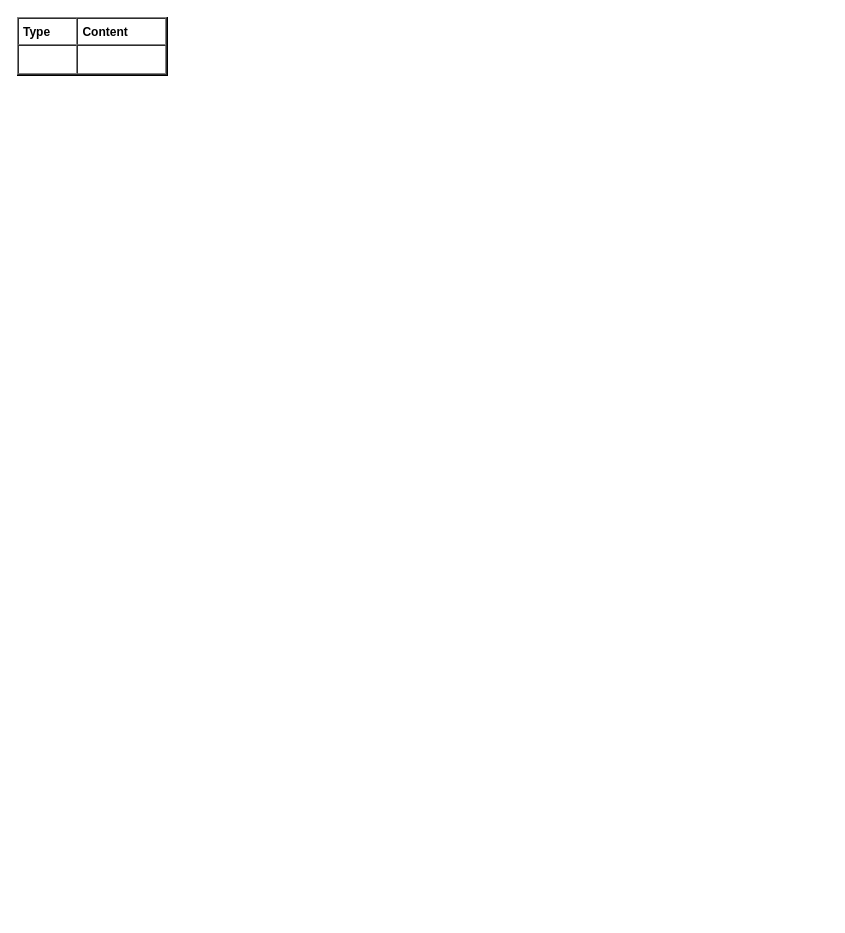
yangdj/tf_docs keeps this draw.io diagram as page "rmarkdown" (6 of 7) of languages/R/R.drawio. Above is the earlier version. Source tidied: cells renumbered, new cells numbered last; positions are measured from the earlier drawing's top-left corner, leaving out a move shared by most shapes. Both pictures are drawn from the tidied source at 100%, with x=0, y=0 at pixel (17, 17).
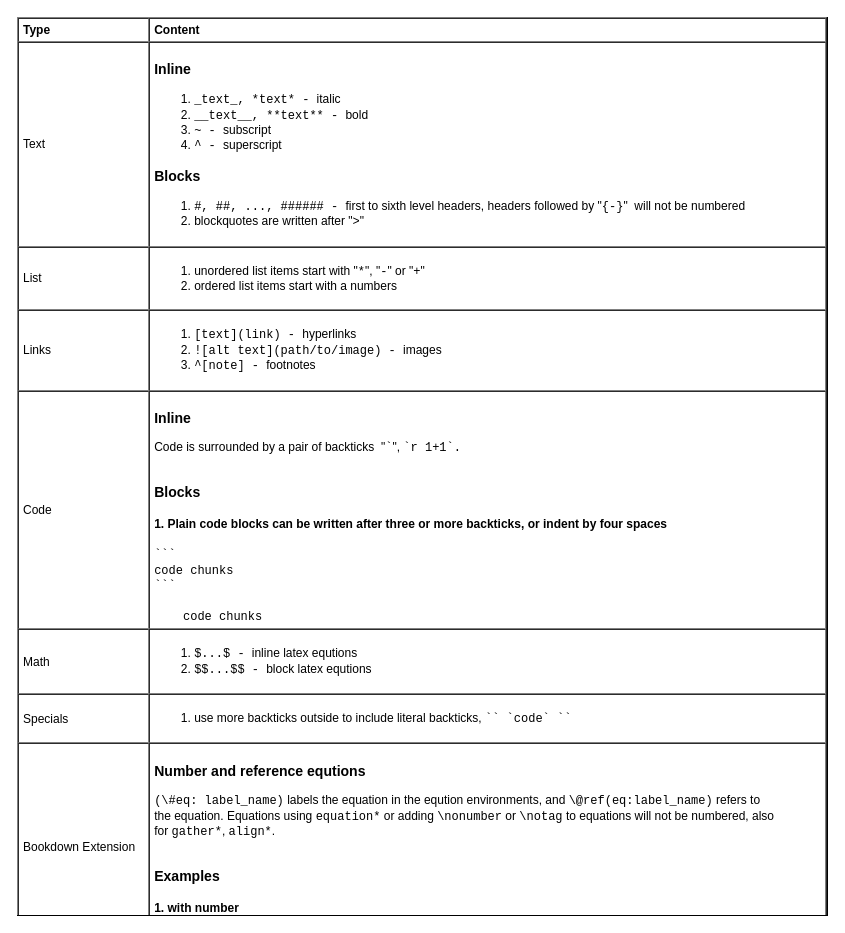
After the change.

The edit, as a diff of the source:
````diff
@@
 <mxGraphModel>
   <root>
     <mxCell id="0" />
     <mxCell id="1" parent="0" />
-    <mxCell id="2" value="&lt;table cellpadding=&quot;4&quot; cellspacing=&quot;0&quot; border=&quot;1&quot; style=&quot;font-size: 1em ; width: 100% ; height: 100%&quot;&gt;&lt;tbody&gt;&lt;tr&gt;&lt;th&gt;Type&lt;/th&gt;&lt;th&gt;Content&lt;/th&gt;&lt;/tr&gt;&lt;tr&gt;&lt;td&gt;&lt;br&gt;&lt;/td&gt;&lt;td&gt;&lt;div&gt;&lt;font face=&quot;Courier New&quot;&gt;&lt;br&gt;&lt;/font&gt;&lt;/div&gt;&lt;/td&gt;&lt;/tr&gt;&lt;/tbody&gt;&lt;/table&gt; " style="verticalAlign=top;align=left;overflow=fill;fontSize=12;fontFamily=Helvetica;html=1;fillColor=none;" parent="1" vertex="1">
-      <mxGeometry width="150" height="58" as="geometry" />
+    <mxCell id="2" value="&lt;table cellpadding=&quot;4&quot; cellspacing=&quot;0&quot; border=&quot;1&quot; style=&quot;font-size: 1em ; width: 100% ; height: 100%&quot;&gt;&lt;tbody&gt;&lt;tr&gt;&lt;th&gt;Type&lt;/th&gt;&lt;th&gt;Content&lt;/th&gt;&lt;/tr&gt;&lt;tr&gt;&lt;td&gt;Text&lt;/td&gt;&lt;td&gt;&lt;h3&gt;Inline&lt;/h3&gt;&lt;ol&gt;&lt;li&gt;&lt;font face=&quot;Courier New&quot; style=&quot;font-family: &amp;#34;courier new&amp;#34;&quot;&gt;_text_, *text* - &lt;/font&gt;&lt;font&gt;italic&lt;/font&gt;&lt;/li&gt;&lt;li&gt;&lt;font face=&quot;Courier New&quot; style=&quot;font-family: &amp;#34;courier new&amp;#34;&quot;&gt;__text__, **text** - &lt;/font&gt;&lt;font&gt;bold&lt;/font&gt;&lt;/li&gt;&lt;li&gt;&lt;font face=&quot;Courier New&quot; style=&quot;font-family: &amp;#34;courier new&amp;#34;&quot;&gt;~ - &lt;/font&gt;&lt;font&gt;subscript&lt;/font&gt;&lt;/li&gt;&lt;li&gt;&lt;span style=&quot;font-family: &amp;#34;courier new&amp;#34;&quot;&gt;^ - &lt;/span&gt;superscript&lt;/li&gt;&lt;/ol&gt;&lt;h3&gt;Blocks&lt;/h3&gt;&lt;div&gt;&lt;ol&gt;&lt;li&gt;&lt;font face=&quot;courier new&quot;&gt;#, ##, ..., ###### - &lt;/font&gt;first to sixth level headers, headers followed by &quot;&lt;font face=&quot;Courier New&quot;&gt;{-}&lt;/font&gt;&quot;&amp;nbsp; will not be numbered&lt;/li&gt;&lt;li&gt;blockquotes are written after &quot;&lt;font face=&quot;Courier New&quot;&gt;&amp;gt;&lt;/font&gt;&quot;&lt;/li&gt;&lt;/ol&gt;&lt;/div&gt;&lt;/td&gt;&lt;/tr&gt;&lt;tr&gt;&lt;td&gt;List&lt;/td&gt;&lt;td&gt;&lt;ol&gt;&lt;li&gt;unordered list items start with &quot;&lt;font face=&quot;Courier New&quot;&gt;*&lt;/font&gt;&quot;, &quot;&lt;font face=&quot;Courier New&quot;&gt;-&lt;/font&gt;&quot; or &quot;&lt;font face=&quot;Courier New&quot;&gt;+&lt;/font&gt;&quot;&lt;/li&gt;&lt;li&gt;ordered list items start with a numbers&lt;/li&gt;&lt;/ol&gt;&lt;/td&gt;&lt;/tr&gt;&lt;tr&gt;&lt;td&gt;Links&lt;/td&gt;&lt;td&gt;&lt;ol&gt;&lt;li&gt;&lt;font face=&quot;Courier New&quot;&gt;[text](link) - &lt;/font&gt;hyperlinks&lt;/li&gt;&lt;li&gt;&lt;font face=&quot;Courier New&quot;&gt;![alt text](path/to/image) - &lt;/font&gt;images&lt;/li&gt;&lt;li&gt;&lt;font face=&quot;Courier New&quot;&gt;^[note] - &lt;/font&gt;footnotes&lt;/li&gt;&lt;/ol&gt;&lt;/td&gt;&lt;/tr&gt;&lt;tr&gt;&lt;td&gt;Code&lt;/td&gt;&lt;td&gt;&lt;h3&gt;Inline&lt;/h3&gt;Code is surrounded by a pair of backticks&amp;nbsp; &quot;&lt;font face=&quot;Courier New&quot;&gt;`&lt;/font&gt;&quot;,&amp;nbsp;&lt;font face=&quot;Courier New&quot;&gt;`r 1+1`.&lt;br&gt;&lt;/font&gt;&lt;br&gt;&lt;h3&gt;Blocks&lt;/h3&gt;&lt;h4&gt;1. Plain code blocks can be written after three or more backticks, or indent by four spaces&lt;/h4&gt;&lt;font face=&quot;Courier New&quot;&gt;```&lt;br&gt;code chunks&lt;br&gt;```&lt;br&gt;&lt;br&gt;&amp;nbsp; &amp;nbsp; code chunks&lt;/font&gt;&lt;/td&gt;&lt;/tr&gt;&lt;tr&gt;&lt;td&gt;Math&lt;/td&gt;&lt;td&gt;&lt;ol&gt;&lt;li&gt;&lt;font face=&quot;Courier New&quot;&gt;$...$ - &lt;/font&gt;inline latex equtions&lt;/li&gt;&lt;li&gt;&lt;font face=&quot;Courier New&quot;&gt;$$...$$ - &lt;/font&gt;block latex equtions&lt;/li&gt;&lt;/ol&gt;&lt;/td&gt;&lt;/tr&gt;&lt;tr&gt;&lt;td&gt;Specials&lt;/td&gt;&lt;td&gt;&lt;ol&gt;&lt;li&gt;use more backticks outside to include literal backticks,&amp;nbsp;&lt;font style=&quot;font-family: &amp;#34;courier new&amp;#34; ; font-size: 1em&quot;&gt;`` `code` ``&lt;br&gt;&lt;/font&gt;&lt;/li&gt;&lt;/ol&gt;&lt;/td&gt;&lt;/tr&gt;&lt;tr&gt;&lt;td&gt;Bookdown Extension&lt;/td&gt;&lt;td&gt;&lt;h3&gt;Number and reference equtions&lt;/h3&gt;&lt;font face=&quot;Courier New&quot;&gt;(\#eq: label_name)&lt;/font&gt; labels the equation in the eqution environments, and &lt;font face=&quot;Courier New&quot;&gt;\@ref(eq:label_name)&lt;/font&gt; refers to &lt;br&gt;the equation. Equations using &lt;font face=&quot;Courier New&quot;&gt;equation*&lt;/font&gt; or adding &lt;font face=&quot;Courier New&quot;&gt;\nonumber&lt;/font&gt; or &lt;font face=&quot;Courier New&quot;&gt;\notag&lt;/font&gt; to equations will not be numbered, also &lt;br&gt;for &lt;font face=&quot;Courier New&quot;&gt;gather*&lt;/font&gt;, &lt;font face=&quot;Courier New&quot;&gt;align*&lt;/font&gt;.&lt;br&gt;&lt;br&gt;&lt;h3&gt;Examples&lt;/h3&gt;&lt;h4&gt;1. with number&lt;/h4&gt;&lt;br&gt;&lt;/td&gt;&lt;/tr&gt;&lt;/tbody&gt;&lt;/table&gt; " style="verticalAlign=top;align=left;overflow=fill;fontSize=12;fontFamily=Helvetica;html=1;fillColor=none;" parent="1" vertex="1">
+      <mxGeometry width="810" height="898" as="geometry" />
     </mxCell>
   </root>
 </mxGraphModel>
````
